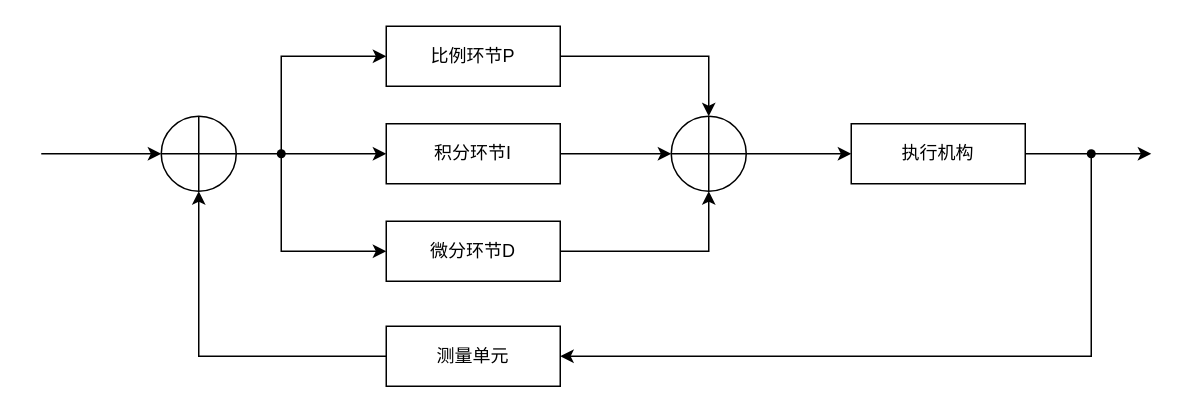
Before: Untitled Diagram.drawio in Thomas-Pynchon/Thomas-Pynchon.github.io, a draw.io diagram. Source tidied: cells renumbered, new cells numbered last; positions are measured from the earlier drawing's top-left corner, leaving out a move shared by most shapes. Both pictures are drawn from the tidied source at 150%, with x=0, y=0 at pixel (40, 26).
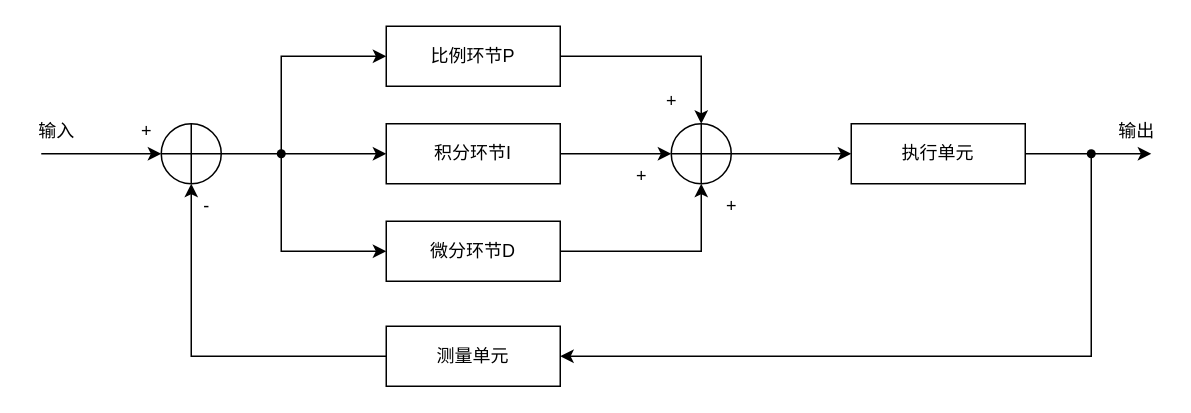
The same page after the edit.

Diff of the diagram source:
```diff
@@
     <mxCell id="2" style="shape=orEllipse;perimeter=ellipsePerimeter;whiteSpace=wrap;html=1;backgroundOutline=1;" parent="1" vertex="1">
-      <mxGeometry x="80" y="60" width="50" height="50" as="geometry" />
+      <mxGeometry x="80" y="65" width="40" height="40" as="geometry" />
     </mxCell>
@@
     <mxCell id="16" style="shape=orEllipse;perimeter=ellipsePerimeter;whiteSpace=wrap;html=1;backgroundOutline=1;" parent="1" vertex="1">
-      <mxGeometry x="420" y="60" width="50" height="50" as="geometry" />
+      <mxGeometry x="420" y="65" width="40" height="40" as="geometry" />
     </mxCell>
-    <mxCell id="17" value="执行机构" style="rounded=0;whiteSpace=wrap;html=1;" parent="1" vertex="1">
+    <mxCell id="17" value="执行单元" style="rounded=0;whiteSpace=wrap;html=1;" parent="1" vertex="1">
       <mxGeometry x="540" y="65" width="116" height="40" as="geometry" />
     </mxCell>
@@
+    <mxCell id="24" value="输入" style="text;html=1;align=center;verticalAlign=middle;strokeColor=none;fillColor=none;" parent="1" vertex="1">
+      <mxGeometry x="-10" y="60" width="40" height="20" as="geometry" />
+    </mxCell>
+    <mxCell id="25" value="+" style="text;html=1;align=center;verticalAlign=middle;strokeColor=none;fillColor=none;" parent="1" vertex="1">
+      <mxGeometry x="60" y="60" width="20" height="20" as="geometry" />
+    </mxCell>
+    <mxCell id="26" value="-" style="text;html=1;align=center;verticalAlign=middle;strokeColor=none;fillColor=none;" parent="1" vertex="1">
+      <mxGeometry x="100" y="110" width="20" height="20" as="geometry" />
+    </mxCell>
+    <mxCell id="27" value="+" style="text;html=1;align=center;verticalAlign=middle;strokeColor=none;fillColor=none;" parent="1" vertex="1">
+      <mxGeometry x="410" y="40" width="20" height="20" as="geometry" />
+    </mxCell>
+    <mxCell id="28" value="+" style="text;html=1;align=center;verticalAlign=middle;strokeColor=none;fillColor=none;" parent="1" vertex="1">
+      <mxGeometry x="390" y="90" width="20" height="20" as="geometry" />
+    </mxCell>
+    <mxCell id="29" value="+" style="text;html=1;align=center;verticalAlign=middle;strokeColor=none;fillColor=none;" parent="1" vertex="1">
+      <mxGeometry x="450" y="110" width="20" height="20" as="geometry" />
+    </mxCell>
+    <mxCell id="30" value="输出" style="text;html=1;align=center;verticalAlign=middle;strokeColor=none;fillColor=none;" parent="1" vertex="1">
+      <mxGeometry x="710" y="60" width="40" height="20" as="geometry" />
+    </mxCell>
```
